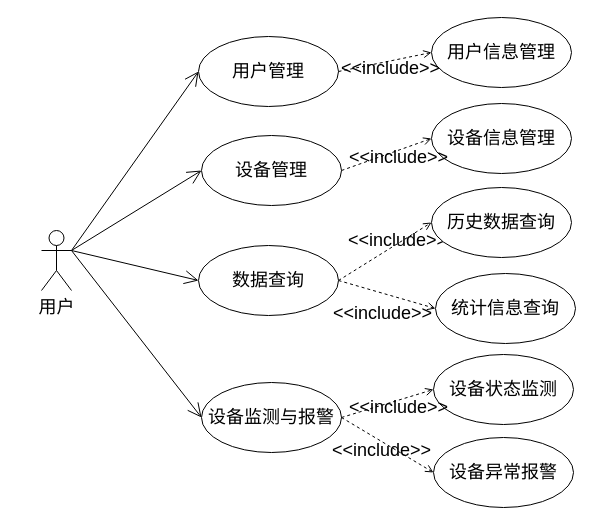
Earlier version of the draw.io diagram 数据服务管理模块用例图2.drawio (zhaoning999/notes). Source tidied: cells renumbered, new cells numbered last; positions are measured from the earlier drawing's top-left corner, leaving out a move shared by most shapes. Both pictures are drawn from the tidied source at 100%, with x=0, y=0 at pixel (41, 17).
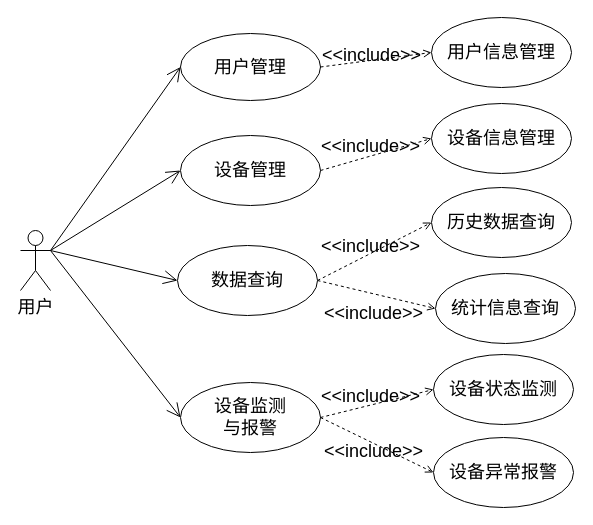
The same page after the edit.

Commit message:
更新数据服务管理模块用例图2.drawio

The change refers to these unchanged cells:
```xml
<mxCell id="10" value="用户信息管理" style="ellipse;whiteSpace=wrap;html=1;fontSize=18;" parent="1" vertex="1">
  <mxGeometry x="390" width="140" height="70" as="geometry" />
</mxCell>
<mxCell id="11" value="设备状态监测" style="ellipse;whiteSpace=wrap;html=1;fontSize=18;" parent="1" vertex="1">
  <mxGeometry x="392" y="337" width="140" height="70" as="geometry" />
</mxCell>
<mxCell id="17" value="设备信息管理" style="ellipse;whiteSpace=wrap;html=1;fontSize=18;" parent="1" vertex="1">
  <mxGeometry x="390" y="86" width="140" height="70" as="geometry" />
</mxCell>
<mxCell id="20" value="历史数据查询" style="ellipse;whiteSpace=wrap;html=1;fontSize=18;" parent="1" vertex="1">
  <mxGeometry x="390" y="170" width="140" height="70" as="geometry" />
</mxCell>
```

The edit, as a diff of the source:
```diff
@@
     <mxCell id="5" value="用户管理" style="ellipse;whiteSpace=wrap;html=1;fontSize=18;" parent="1" vertex="1">
-      <mxGeometry x="157" y="19" width="140" height="70" as="geometry" />
+      <mxGeometry x="139" y="16" width="140" height="67" as="geometry" />
     </mxCell>
     <mxCell id="6" value="&amp;lt;&amp;lt;include&amp;gt;&amp;gt;" style="html=1;verticalAlign=bottom;labelBackgroundColor=none;endArrow=open;endFill=0;dashed=1;rounded=0;fontSize=18;entryX=0;entryY=0.5;entryDx=0;entryDy=0;exitX=1;exitY=0.5;exitDx=0;exitDy=0;" parent="1" edge="1" source="5" target="10">
-      <mxGeometry x="0.03" y="-21" relative="1" as="geometry" />
+      <mxGeometry x="-0.1" y="-9" relative="1" as="geometry" />
     </mxCell>
-    <mxCell id="7" value="设备监测与报警" style="ellipse;whiteSpace=wrap;html=1;fontSize=18;" parent="1" vertex="1">
-      <mxGeometry x="160" y="365" width="140" height="70" as="geometry" />
+    <mxCell id="7" value="设备监测&lt;br&gt;与报警" style="ellipse;whiteSpace=wrap;html=1;fontSize=18;" parent="1" vertex="1">
+      <mxGeometry x="139" y="365" width="140" height="70" as="geometry" />
     </mxCell>
     <mxCell id="8" value="&lt;span style=&quot;font-size: 18px;&quot;&gt;用户&lt;/span&gt;" style="shape=umlActor;verticalLabelPosition=bottom;verticalAlign=top;html=1;outlineConnect=0;" parent="1" vertex="1">
-      <mxGeometry y="213" width="30" height="60" as="geometry" />
+      <mxGeometry x="-21" y="213" width="30" height="60" as="geometry" />
     </mxCell>
@@
     <mxCell id="13" value="&amp;lt;&amp;lt;include&amp;gt;&amp;gt;" style="html=1;verticalAlign=bottom;labelBackgroundColor=none;endArrow=open;endFill=0;dashed=1;rounded=0;fontSize=18;exitX=1;exitY=0.5;exitDx=0;exitDy=0;entryX=0;entryY=0.5;entryDx=0;entryDy=0;" parent="1" edge="1" source="7" target="11">
-      <mxGeometry x="0.11" y="-20" relative="1" as="geometry" />
+      <mxGeometry x="-0.14" y="-5" relative="1" as="geometry" />
     </mxCell>
@@
     <mxCell id="15" value="设备管理" style="ellipse;whiteSpace=wrap;html=1;fontSize=18;" parent="1" vertex="1">
-      <mxGeometry x="160" y="118" width="140" height="70" as="geometry" />
+      <mxGeometry x="139" y="118" width="140" height="70" as="geometry" />
     </mxCell>
@@
     <mxCell id="18" value="&amp;lt;&amp;lt;include&amp;gt;&amp;gt;" style="html=1;verticalAlign=bottom;labelBackgroundColor=none;endArrow=open;endFill=0;dashed=1;rounded=0;fontSize=18;exitX=1;exitY=0.5;exitDx=0;exitDy=0;entryX=0;entryY=0.5;entryDx=0;entryDy=0;" parent="1" edge="1" source="15" target="17">
-      <mxGeometry x="0.1" y="-20" relative="1" as="geometry" />
+      <mxGeometry x="-0.12" y="-4" relative="1" as="geometry" />
     </mxCell>
     <mxCell id="19" value="&amp;lt;&amp;lt;include&amp;gt;&amp;gt;" style="html=1;verticalAlign=bottom;labelBackgroundColor=none;endArrow=open;endFill=0;dashed=1;rounded=0;fontSize=18;exitX=1;exitY=0.5;exitDx=0;exitDy=0;entryX=0;entryY=0.5;entryDx=0;entryDy=0;" parent="1" edge="1" source="23" target="20">
-      <mxGeometry x="0.16" y="-9" relative="1" as="geometry" />
+      <mxGeometry x="-0.12" y="-6" relative="1" as="geometry" />
     </mxCell>
@@
     <mxCell id="23" value="数据查询" style="ellipse;whiteSpace=wrap;html=1;fontSize=18;" parent="1" vertex="1">
-      <mxGeometry x="157" y="228" width="140" height="70" as="geometry" />
+      <mxGeometry x="136" y="228" width="140" height="70" as="geometry" />
     </mxCell>
```
